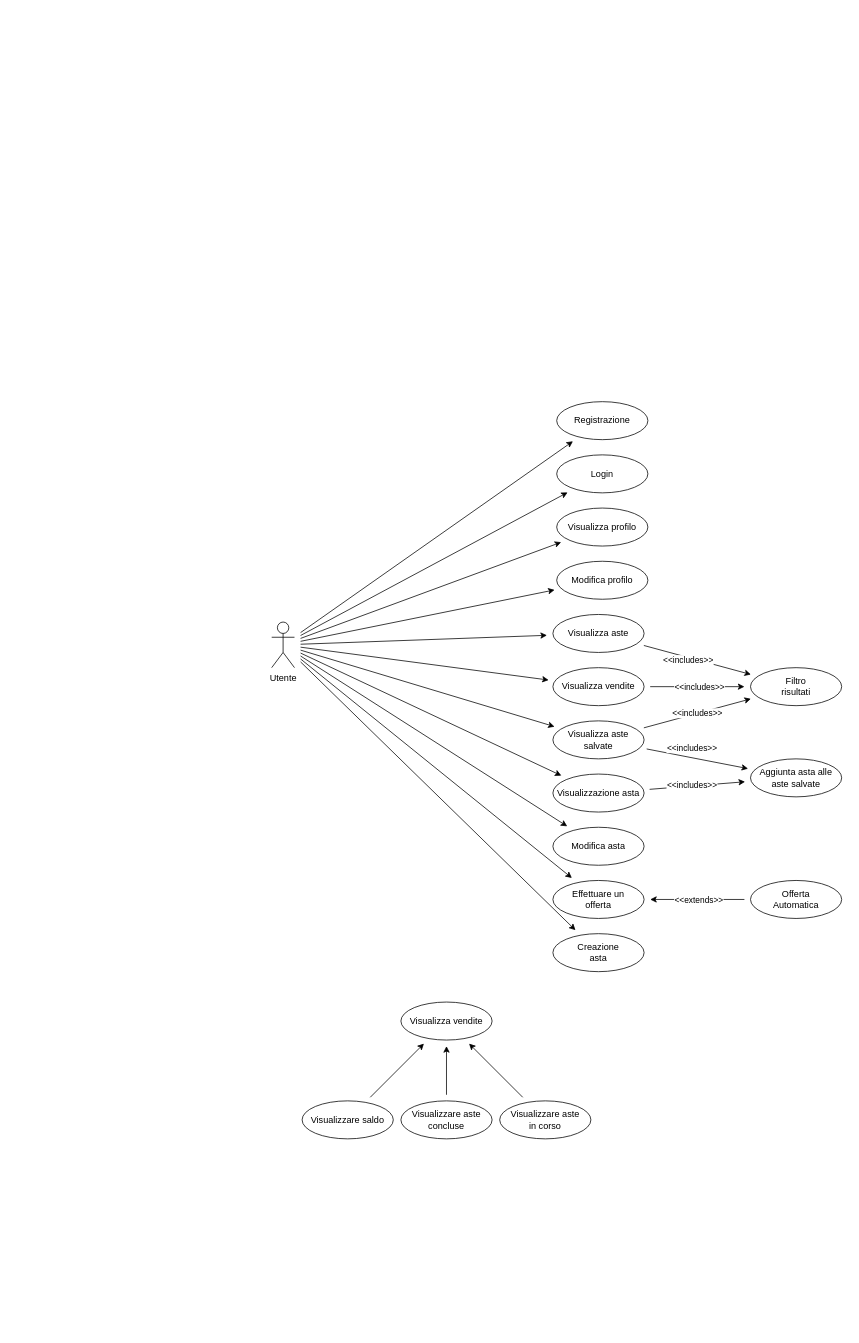
Before: documenti/UC-Utente.drawio in Chaos-Rat/GAO, a draw.io diagram. Source tidied: cells renumbered, new cells numbered last; positions are measured from the earlier drawing's top-left corner, leaving out a move shared by most shapes. Both pictures are drawn from the tidied source at 76%, with x=0, y=0 at pixel (271, 401).
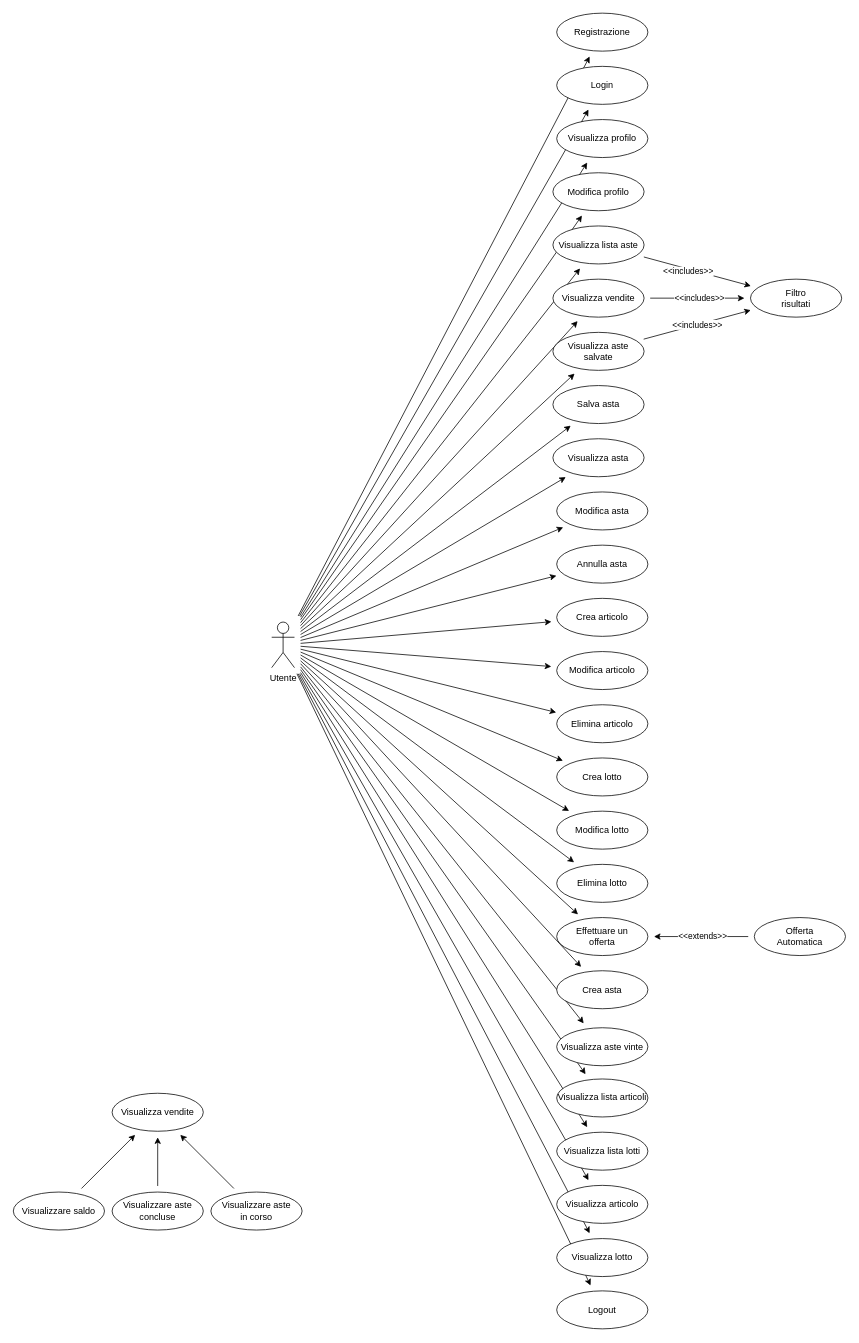
Above is the later version.

The change refers to these unchanged cells:
```xml
<mxCell id="13" value="Utente" style="shape=umlActor;verticalLabelPosition=bottom;verticalAlign=top;html=1;outlineConnect=0;" parent="1" vertex="1">
  <mxGeometry y="290" width="30" height="60" as="geometry" />
</mxCell>
```

The edit, as a diff of the source:
```diff
@@
+    <mxCell id="46" style="rounded=0;jettySize=auto;html=1;targetPerimeterSpacing=8;sourcePerimeterSpacing=8;" parent="1" edge="1" source="13" target="45">
+      <mxGeometry relative="1" as="geometry" />
+    </mxCell>
+    <mxCell id="47" style="edgeStyle=none;rounded=0;jettySize=auto;html=1;strokeColor=default;align=center;verticalAlign=middle;fontFamily=Helvetica;fontSize=11;fontColor=default;labelBackgroundColor=default;endArrow=classic;sourcePerimeterSpacing=8;targetPerimeterSpacing=8;" parent="1" edge="1" source="13" target="61">
+      <mxGeometry relative="1" as="geometry" />
+    </mxCell>
+    <mxCell id="48" style="edgeStyle=none;rounded=0;jettySize=auto;html=1;strokeColor=default;align=center;verticalAlign=middle;fontFamily=Helvetica;fontSize=11;fontColor=default;labelBackgroundColor=default;endArrow=classic;sourcePerimeterSpacing=8;targetPerimeterSpacing=8;" parent="1" edge="1" source="13" target="60">
+      <mxGeometry relative="1" as="geometry" />
+    </mxCell>
+    <mxCell id="49" style="edgeStyle=none;rounded=0;jettySize=auto;html=1;strokeColor=default;align=center;verticalAlign=middle;fontFamily=Helvetica;fontSize=11;fontColor=default;labelBackgroundColor=default;endArrow=classic;sourcePerimeterSpacing=8;targetPerimeterSpacing=8;" parent="1" edge="1" source="13" target="62">
+      <mxGeometry relative="1" as="geometry" />
+    </mxCell>
+    <mxCell id="50" style="edgeStyle=none;rounded=0;jettySize=auto;html=1;strokeColor=default;align=center;verticalAlign=middle;fontFamily=Helvetica;fontSize=11;fontColor=default;labelBackgroundColor=default;endArrow=classic;sourcePerimeterSpacing=8;targetPerimeterSpacing=8;" parent="1" edge="1" source="13" target="63">
+      <mxGeometry relative="1" as="geometry" />
+    </mxCell>
+    <mxCell id="51" style="edgeStyle=none;rounded=0;jettySize=auto;html=1;strokeColor=default;align=center;verticalAlign=middle;fontFamily=Helvetica;fontSize=11;fontColor=default;labelBackgroundColor=default;endArrow=classic;sourcePerimeterSpacing=8;targetPerimeterSpacing=8;" parent="1" edge="1" source="13" target="64">
+      <mxGeometry relative="1" as="geometry" />
+    </mxCell>
+    <mxCell id="52" style="edgeStyle=none;rounded=0;jettySize=auto;html=1;strokeColor=default;align=center;verticalAlign=middle;fontFamily=Helvetica;fontSize=11;fontColor=default;labelBackgroundColor=default;endArrow=classic;sourcePerimeterSpacing=8;targetPerimeterSpacing=8;" parent="1" edge="1" source="13" target="65">
+      <mxGeometry relative="1" as="geometry" />
+    </mxCell>
+    <mxCell id="53" style="edgeStyle=none;rounded=0;jettySize=auto;html=1;strokeColor=default;align=center;verticalAlign=middle;fontFamily=Helvetica;fontSize=11;fontColor=default;labelBackgroundColor=default;endArrow=classic;sourcePerimeterSpacing=8;targetPerimeterSpacing=8;" parent="1" edge="1" source="13" target="66">
+      <mxGeometry relative="1" as="geometry" />
+    </mxCell>
+    <mxCell id="54" style="rounded=0;jettySize=auto;html=1;targetPerimeterSpacing=8;sourcePerimeterSpacing=8;" parent="1" edge="1" source="13" target="67">
+      <mxGeometry relative="1" as="geometry" />
+    </mxCell>
+    <mxCell id="55" style="rounded=0;jettySize=auto;html=1;targetPerimeterSpacing=8;sourcePerimeterSpacing=8;" parent="1" edge="1" source="13" target="68">
+      <mxGeometry relative="1" as="geometry" />
+    </mxCell>
+    <mxCell id="56" style="rounded=0;jettySize=auto;html=1;targetPerimeterSpacing=8;sourcePerimeterSpacing=8;" parent="1" edge="1" source="13" target="69">
+      <mxGeometry relative="1" as="geometry" />
+    </mxCell>
+    <mxCell id="57" style="edgeStyle=none;rounded=0;jettySize=auto;html=1;strokeColor=default;align=center;verticalAlign=middle;fontFamily=Helvetica;fontSize=11;fontColor=default;labelBackgroundColor=default;endArrow=classic;sourcePerimeterSpacing=8;targetPerimeterSpacing=8;" parent="1" edge="1" source="13" target="70">
+      <mxGeometry relative="1" as="geometry" />
+    </mxCell>
+    <mxCell id="58" style="edgeStyle=none;rounded=0;jettySize=auto;html=1;strokeColor=default;align=center;verticalAlign=middle;fontFamily=Helvetica;fontSize=11;fontColor=default;labelBackgroundColor=default;endArrow=classic;sourcePerimeterSpacing=8;targetPerimeterSpacing=8;" parent="1" edge="1" source="13" target="71">
+      <mxGeometry relative="1" as="geometry" />
+    </mxCell>
+    <mxCell id="59" style="edgeStyle=none;rounded=0;jettySize=auto;html=1;strokeColor=default;align=center;verticalAlign=middle;fontFamily=Helvetica;fontSize=11;fontColor=default;labelBackgroundColor=default;endArrow=classic;sourcePerimeterSpacing=8;targetPerimeterSpacing=8;" parent="1" edge="1" source="13" target="72">
+      <mxGeometry relative="1" as="geometry" />
+    </mxCell>
@@
     <mxCell id="14" value="Registrazione" style="ellipse;whiteSpace=wrap;html=1;" parent="1" vertex="1">
-      <mxGeometry x="375" width="120" height="50" as="geometry" />
+      <mxGeometry x="375" y="-511.2" width="120" height="50" as="geometry" />
     </mxCell>
     <mxCell id="15" value="Login" style="ellipse;whiteSpace=wrap;html=1;" parent="1" vertex="1">
-      <mxGeometry x="375" y="70" width="120" height="50" as="geometry" />
+      <mxGeometry x="375" y="-441.2" width="120" height="50" as="geometry" />
     </mxCell>
-    <mxCell id="16" style="edgeStyle=none;rounded=0;jettySize=auto;html=1;strokeColor=default;align=center;verticalAlign=middle;fontFamily=Helvetica;fontSize=11;fontColor=default;labelBackgroundColor=default;endArrow=classic;sourcePerimeterSpacing=8;targetPerimeterSpacing=8;" parent="1" edge="1" source="18" target="45">
-      <mxGeometry relative="1" as="geometry" />
-    </mxCell>
-    <mxCell id="17" value="&amp;lt;&amp;lt;includes&amp;gt;&amp;gt;" style="edgeLabel;html=1;align=center;verticalAlign=middle;fontFamily=Helvetica;fontSize=11;fontColor=default;labelBackgroundColor=default;" parent="16" vertex="1">
-      <mxGeometry x="-0.11" y="1" relative="1" as="geometry" />
-    </mxCell>
-    <mxCell id="18" value="Visualizzazione asta" style="ellipse;whiteSpace=wrap;html=1;" parent="1" vertex="1">
-      <mxGeometry x="370" y="490" width="120" height="50" as="geometry" />
+    <mxCell id="18" value="Visualizza asta" style="ellipse;whiteSpace=wrap;html=1;" parent="1" vertex="1">
+      <mxGeometry x="370" y="48.8" width="120" height="50" as="geometry" />
     </mxCell>
     <mxCell id="19" value="Effettuare un &lt;br&gt;offerta" style="ellipse;whiteSpace=wrap;html=1;" parent="1" vertex="1">
-      <mxGeometry x="370" y="630" width="120" height="50" as="geometry" />
+      <mxGeometry x="375" y="678.8" width="120" height="50" as="geometry" />
     </mxCell>
@@
-    <mxCell id="22" value="Visualizza aste" style="ellipse;whiteSpace=wrap;html=1;" parent="1" vertex="1">
-      <mxGeometry x="370" y="280" width="120" height="50" as="geometry" />
+    <mxCell id="22" value="Visualizza lista aste" style="ellipse;whiteSpace=wrap;html=1;" parent="1" vertex="1">
+      <mxGeometry x="370" y="-231.2" width="120" height="50" as="geometry" />
     </mxCell>
     <mxCell id="23" value="Filtro&lt;br&gt;risultati" style="ellipse;whiteSpace=wrap;html=1;" parent="1" vertex="1">
-      <mxGeometry x="630" y="350" width="120" height="50" as="geometry" />
+      <mxGeometry x="630" y="-161.2" width="120" height="50" as="geometry" />
     </mxCell>
-    <mxCell id="24" value="Creazione&lt;br&gt;asta" style="ellipse;whiteSpace=wrap;html=1;" parent="1" vertex="1">
-      <mxGeometry x="370" y="700" width="120" height="50" as="geometry" />
+    <mxCell id="24" value="Crea asta" style="ellipse;whiteSpace=wrap;html=1;" parent="1" vertex="1">
+      <mxGeometry x="375" y="748.8" width="120" height="50" as="geometry" />
     </mxCell>
@@
     <mxCell id="27" value="Offerta&lt;br&gt;Automatica" style="ellipse;whiteSpace=wrap;html=1;" parent="1" vertex="1">
-      <mxGeometry x="630" y="630" width="120" height="50" as="geometry" />
+      <mxGeometry x="635" y="678.8" width="120" height="50" as="geometry" />
     </mxCell>
@@
     <mxCell id="30" value="Visualizza vendite" style="ellipse;whiteSpace=wrap;html=1;" parent="1" vertex="1">
-      <mxGeometry x="370" y="350" width="120" height="50" as="geometry" />
+      <mxGeometry x="370" y="-161.2" width="120" height="50" as="geometry" />
     </mxCell>
     <mxCell id="31" value="Visualizza vendite" style="ellipse;whiteSpace=wrap;html=1;" parent="1" vertex="1">
-      <mxGeometry x="170" y="790" width="120" height="50" as="geometry" />
+      <mxGeometry x="-210" y="910" width="120" height="50" as="geometry" />
     </mxCell>
@@
     <mxCell id="33" value="Visualizzare aste&lt;br&gt;concluse" style="ellipse;whiteSpace=wrap;html=1;" parent="1" vertex="1">
-      <mxGeometry x="170" y="920" width="120" height="50" as="geometry" />
+      <mxGeometry x="-210" y="1040" width="120" height="50" as="geometry" />
     </mxCell>
@@
     <mxCell id="35" value="Visualizzare aste&lt;br&gt;in corso" style="ellipse;whiteSpace=wrap;html=1;" parent="1" vertex="1">
-      <mxGeometry x="300" y="920" width="120" height="50" as="geometry" />
+      <mxGeometry x="-80" y="1040" width="120" height="50" as="geometry" />
     </mxCell>
@@
     <mxCell id="37" value="Visualizzare saldo" style="ellipse;whiteSpace=wrap;html=1;" parent="1" vertex="1">
-      <mxGeometry x="40" y="920" width="120" height="50" as="geometry" />
+      <mxGeometry x="-340" y="1040" width="120" height="50" as="geometry" />
     </mxCell>
     <mxCell id="38" value="Modifica asta" style="ellipse;whiteSpace=wrap;html=1;" parent="1" vertex="1">
-      <mxGeometry x="370" y="560" width="120" height="50" as="geometry" />
+      <mxGeometry x="375" y="118.8" width="120" height="50" as="geometry" />
     </mxCell>
     <mxCell id="39" value="Visualizza profilo" style="ellipse;whiteSpace=wrap;html=1;" parent="1" vertex="1">
-      <mxGeometry x="375" y="140" width="120" height="50" as="geometry" />
+      <mxGeometry x="375" y="-371.2" width="120" height="50" as="geometry" />
     </mxCell>
     <mxCell id="40" value="Modifica profilo" style="ellipse;whiteSpace=wrap;html=1;" parent="1" vertex="1">
-      <mxGeometry x="375" y="210" width="120" height="50" as="geometry" />
+      <mxGeometry x="370" y="-301.2" width="120" height="50" as="geometry" />
     </mxCell>
-    <mxCell id="41" style="edgeStyle=none;rounded=0;jettySize=auto;html=1;strokeColor=default;align=center;verticalAlign=middle;fontFamily=Helvetica;fontSize=11;fontColor=default;labelBackgroundColor=default;endArrow=classic;sourcePerimeterSpacing=8;targetPerimeterSpacing=8;" parent="1" edge="1" source="44" target="45">
-      <mxGeometry relative="1" as="geometry" />
-    </mxCell>
-    <mxCell id="42" value="&amp;lt;&amp;lt;includes&amp;gt;&amp;gt;" style="edgeLabel;html=1;align=center;verticalAlign=middle;fontFamily=Helvetica;fontSize=11;fontColor=default;labelBackgroundColor=default;" parent="41" vertex="1">
-      <mxGeometry x="-0.31" y="3" relative="1" as="geometry">
-        <mxPoint x="12" y="-7" as="offset" />
-      </mxGeometry>
-    </mxCell>
@@
     <mxCell id="44" value="Visualizza aste salvate" style="ellipse;whiteSpace=wrap;html=1;" parent="1" vertex="1">
-      <mxGeometry x="370" y="420" width="120" height="50" as="geometry" />
+      <mxGeometry x="370" y="-91.2" width="120" height="50" as="geometry" />
     </mxCell>
-    <mxCell id="45" value="Aggiunta asta alle aste salvate" style="ellipse;whiteSpace=wrap;html=1;" parent="1" vertex="1">
-      <mxGeometry x="630" y="470" width="120" height="50" as="geometry" />
+    <mxCell id="45" value="Salva asta" style="ellipse;whiteSpace=wrap;html=1;" parent="1" vertex="1">
+      <mxGeometry x="370" y="-21.2" width="120" height="50" as="geometry" />
     </mxCell>
+    <mxCell id="60" value="Crea articolo" style="ellipse;whiteSpace=wrap;html=1;" parent="1" vertex="1">
+      <mxGeometry x="375" y="258.8" width="120" height="50" as="geometry" />
+    </mxCell>
+    <mxCell id="61" value="Annulla asta" style="ellipse;whiteSpace=wrap;html=1;" parent="1" vertex="1">
+      <mxGeometry x="375" y="188.8" width="120" height="50" as="geometry" />
+    </mxCell>
+    <mxCell id="62" value="Modifica articolo" style="ellipse;whiteSpace=wrap;html=1;" parent="1" vertex="1">
+      <mxGeometry x="375" y="328.8" width="120" height="50" as="geometry" />
+    </mxCell>
+    <mxCell id="63" value="Elimina articolo" style="ellipse;whiteSpace=wrap;html=1;" parent="1" vertex="1">
+      <mxGeometry x="375" y="398.8" width="120" height="50" as="geometry" />
+    </mxCell>
+    <mxCell id="64" value="Crea lotto" style="ellipse;whiteSpace=wrap;html=1;" parent="1" vertex="1">
+      <mxGeometry x="375" y="468.8" width="120" height="50" as="geometry" />
+    </mxCell>
+    <mxCell id="65" value="Modifica lotto" style="ellipse;whiteSpace=wrap;html=1;" parent="1" vertex="1">
+      <mxGeometry x="375" y="538.8" width="120" height="50" as="geometry" />
+    </mxCell>
+    <mxCell id="66" value="Elimina lotto" style="ellipse;whiteSpace=wrap;html=1;" parent="1" vertex="1">
+      <mxGeometry x="375" y="608.8" width="120" height="50" as="geometry" />
+    </mxCell>
+    <mxCell id="67" value="Visualizza aste vinte" style="ellipse;whiteSpace=wrap;html=1;" parent="1" vertex="1">
+      <mxGeometry x="375" y="823.8" width="120" height="50" as="geometry" />
+    </mxCell>
+    <mxCell id="68" value="Visualizza lista articoli" style="ellipse;whiteSpace=wrap;html=1;" parent="1" vertex="1">
+      <mxGeometry x="375" y="891.2" width="120" height="50" as="geometry" />
+    </mxCell>
+    <mxCell id="69" value="Visualizza lista lotti" style="ellipse;whiteSpace=wrap;html=1;" parent="1" vertex="1">
+      <mxGeometry x="375" y="961.2" width="120" height="50" as="geometry" />
+    </mxCell>
+    <mxCell id="70" value="Visualizza articolo" style="ellipse;whiteSpace=wrap;html=1;" parent="1" vertex="1">
+      <mxGeometry x="375" y="1031.2" width="120" height="50" as="geometry" />
+    </mxCell>
+    <mxCell id="71" value="Visualizza lotto" style="ellipse;whiteSpace=wrap;html=1;" parent="1" vertex="1">
+      <mxGeometry x="375" y="1101.2" width="120" height="50" as="geometry" />
+    </mxCell>
+    <mxCell id="72" value="Logout" style="ellipse;whiteSpace=wrap;html=1;" parent="1" vertex="1">
+      <mxGeometry x="375" y="1170" width="120" height="50" as="geometry" />
+    </mxCell>
```
